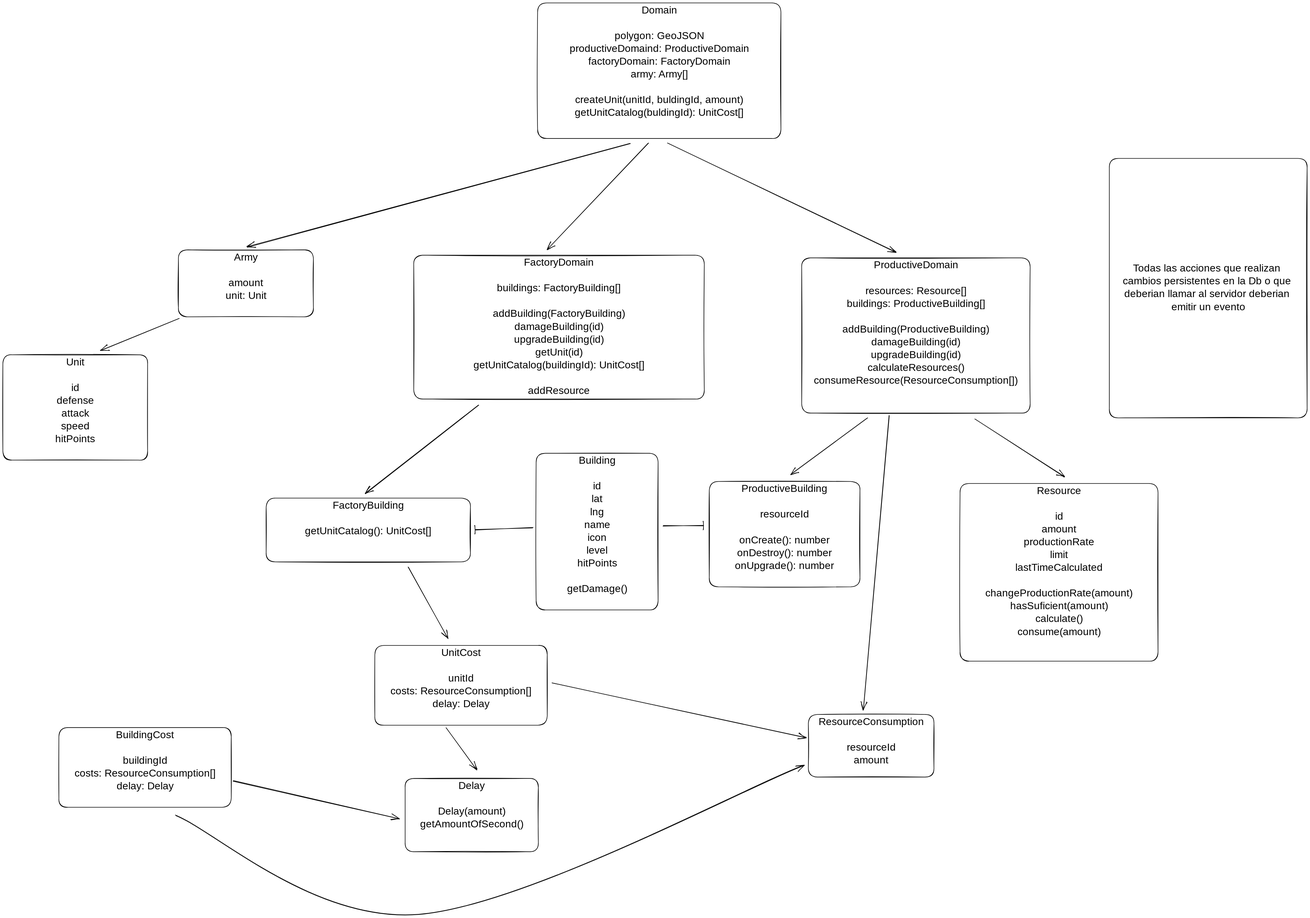
The Excalidraw diagram docs/architecture/.excalidraw.svg in Sokal21/rosario-city, before a commit. Source tidied: one line per element, renumbered; positions are measured from the earlier drawing's top-left corner, leaving out a move shared by most shapes.
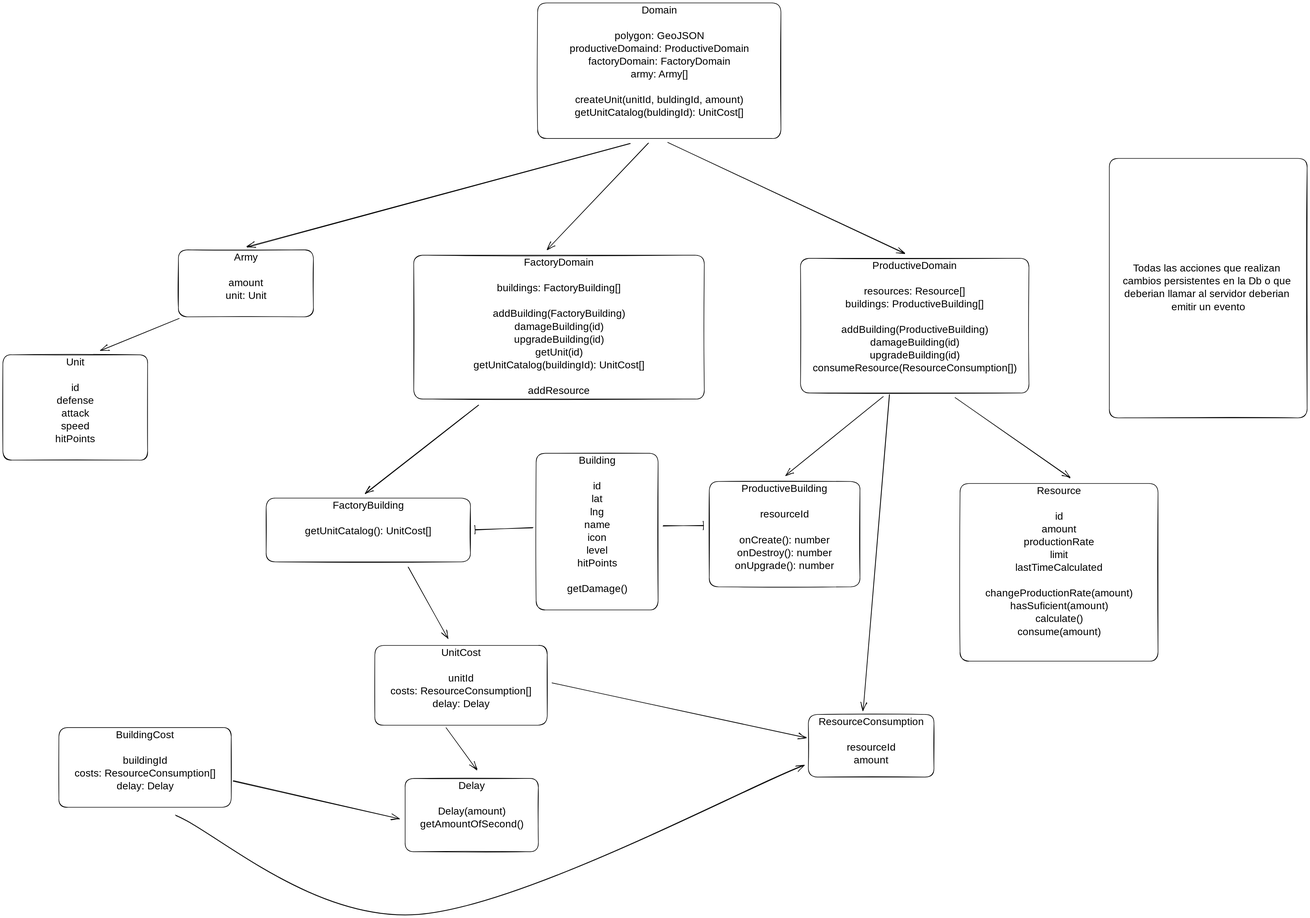
The same diagram one commit later.

Diff of the diagram source:
```diff
@@ -6,20 +6,20 @@
 {"id": 5, "type": "rectangle", "strokeColor": "#000000", "strokeWidth": 2, "roughness": 1, "round": true, "x": 1877, "y": 0, "width": 854, "height": 476}
 {"id": 6, "type": "text", "strokeColor": "#000000", "strokeWidth": 2, "roughness": 1, "fontSize": 36, "fontFamily": 1, "verticalAlign": "middle", "inside": 5, "x": 3656, "y": 2329, "width": 18, "height": 45}
 {"id": 7, "type": "text", "text": "Domain\n\npolygon: GeoJSON\nproductiveDomaind: ProductiveDomain\nfactoryDomain: FactoryDomain\narmy: Army[]\n\ncreateUnit(unitId, buldingId, amount)\ngetUnitCatalog(buldingId): UnitCost[]\n", "strokeColor": "#000000", "strokeWidth": 2, "roughness": 1, "fontSize": 36, "fontFamily": 1, "textAlign": "center", "inside": 5, "x": 1973, "y": 5, "width": 663, "height": 450}
-{"id": 8, "type": "rectangle", "strokeColor": "#000000", "strokeWidth": 2, "roughness": 1, "round": true, "x": 2804, "y": 895, "width": 802, "height": 545}
+{"id": 8, "type": "rectangle", "strokeColor": "#000000", "strokeWidth": 2, "roughness": 1, "round": true, "x": 2800, "y": 897, "width": 802, "height": 473}
-{"id": 9, "type": "text", "text": "ProductiveDomain\n\nresources: Resource[]\nbuildings: ProductiveBuilding[]\n\naddBuilding(ProductiveBuilding)\ndamageBuilding(id)\nupgradeBuilding(id)\ncalculateResources()\nconsumeResource(ResourceConsumption[])", "strokeColor": "#000000", "strokeWidth": 2, "roughness": 1, "fontSize": 36, "fontFamily": 1, "textAlign": "center", "inside": 8, "x": 2845, "y": 900, "width": 720, "height": 450}
+{"id": 9, "type": "text", "text": "ProductiveDomain\n\nresources: Resource[]\nbuildings: ProductiveBuilding[]\n\naddBuilding(ProductiveBuilding)\ndamageBuilding(id)\nupgradeBuilding(id)\nconsumeResource(ResourceConsumption[])", "strokeColor": "#000000", "strokeWidth": 2, "roughness": 1, "fontSize": 36, "fontFamily": 1, "textAlign": "center", "inside": 8, "x": 2841, "y": 902, "width": 720, "height": 405}
 {"id": 10, "type": "rectangle", "strokeColor": "#000000", "strokeWidth": 2, "roughness": 1, "round": true, "x": 2479, "y": 1680, "width": 529, "height": 370}
 {"id": 11, "type": "text", "text": "ProductiveBuilding\n\nresourceId\n\nonCreate(): number\nonDestroy(): number\nonUpgrade(): number\n", "strokeColor": "#000000", "strokeWidth": 2, "roughness": 1, "fontSize": 36, "fontFamily": 1, "textAlign": "center", "inside": 10, "x": 2571, "y": 1685, "width": 345, "height": 360}
 {"id": 12, "type": "arrow", "strokeColor": "#000000", "strokeWidth": 2, "roughness": 1, "endArrowhead": "bar", "round": true, "from": 3, "to": 10, "x": 2318, "y": 1836, "width": 141, "height": 1, "points": [[0, 0], [141, -1]]}
-{"id": 13, "type": "arrow", "strokeColor": "#000000", "strokeWidth": 2, "roughness": 1, "endArrowhead": "arrow", "round": true, "from": 8, "to": 10, "x": 3034, "y": 1458, "width": 269, "height": 198, "points": [[0, 0], [-269, 198]]}
+{"id": 13, "type": "arrow", "strokeColor": "#000000", "strokeWidth": 2, "roughness": 1, "endArrowhead": "arrow", "round": true, "from": 8, "to": 10, "x": 3089, "y": 1383, "width": 342, "height": 276, "points": [[0, 0], [-342, 276]]}
-{"id": 14, "type": "arrow", "strokeColor": "#000000", "strokeWidth": 2, "roughness": 1, "endArrowhead": "arrow", "round": true, "from": 8, "to": 0, "x": 3412, "y": 1461, "width": 313, "height": 203, "points": [[0, 0], [313, 203]]}
+{"id": 14, "type": "arrow", "strokeColor": "#000000", "strokeWidth": 2, "roughness": 1, "endArrowhead": "arrow", "round": true, "from": 8, "to": 0, "x": 3343, "y": 1386, "width": 402, "height": 282, "points": [[0, 0], [402, 282]]}
-{"id": 15, "type": "arrow", "strokeColor": "#000000", "strokeWidth": 2, "roughness": 1, "endArrowhead": "arrow", "round": true, "from": 5, "to": 8, "x": 2334, "y": 492, "width": 800, "height": 383, "points": [[0, 0], [800, 383]]}
+{"id": 15, "type": "arrow", "strokeColor": "#000000", "strokeWidth": 2, "roughness": 1, "endArrowhead": "arrow", "round": true, "from": 5, "to": 8, "x": 2335, "y": 490, "width": 830, "height": 389, "points": [[0, 0], [830, 389]]}
 {"id": 16, "type": "rectangle", "strokeColor": "#000000", "strokeWidth": 2, "roughness": 1, "round": true, "x": 924, "y": 1739, "width": 717, "height": 224}
 {"id": 17, "type": "text", "text": "FactoryBuilding\n\ngetUnitCatalog(): UnitCost[]\n", "strokeColor": "#000000", "strokeWidth": 2, "roughness": 1, "fontSize": 36, "fontFamily": 1, "textAlign": "center", "inside": 16, "x": 1027, "y": 1744, "width": 511, "height": 180}
 {"id": 18, "type": "arrow", "strokeColor": "#000000", "strokeWidth": 2, "roughness": 1, "endArrowhead": "bar", "round": true, "from": 3, "to": 16, "x": 1861, "y": 1843, "width": 204, "height": 8, "points": [[0, 0], [-204, 8]]}
 {"id": 19, "type": "rectangle", "strokeColor": "#000000", "strokeWidth": 2, "roughness": 1, "round": true, "x": 2827, "y": 2499, "width": 441, "height": 220}
 {"id": 20, "type": "text", "text": "ResourceConsumption\n\nresourceId\namount", "strokeColor": "#000000", "strokeWidth": 2, "roughness": 1, "fontSize": 36, "fontFamily": 1, "textAlign": "center", "inside": 19, "x": 2866, "y": 2504, "width": 363, "height": 180}
-{"id": 21, "type": "arrow", "strokeColor": "#000000", "strokeWidth": 2, "roughness": 1, "endArrowhead": "arrow", "round": true, "from": 8, "to": 19, "x": 3110, "y": 1449, "width": 90, "height": 1034, "points": [[0, 0], [-90, 1034]]}
+{"id": 21, "type": "arrow", "strokeColor": "#000000", "strokeWidth": 2, "roughness": 1, "endArrowhead": "arrow", "round": true, "from": 8, "to": 19, "x": 3111, "y": 1375, "width": 92, "height": 1110, "points": [[0, 0], [-92, 1110]]}
 {"id": 22, "type": "rectangle", "strokeColor": "#000000", "strokeWidth": 2, "roughness": 1, "round": true, "x": 1306, "y": 2256, "width": 605, "height": 280}
 {"id": 23, "type": "text", "text": "UnitCost\n\nunitId\ncosts: ResourceConsumption[]\ndelay: Delay\n", "strokeColor": "#000000", "strokeWidth": 2, "roughness": 1, "fontSize": 36, "fontFamily": 1, "textAlign": "center", "inside": 22, "x": 1347, "y": 2261, "width": 523, "height": 270}
 {"id": 24, "type": "rectangle", "strokeColor": "#000000", "strokeWidth": 2, "roughness": 1, "round": true, "x": 1442, "y": 886, "width": 1020, "height": 505}
```
